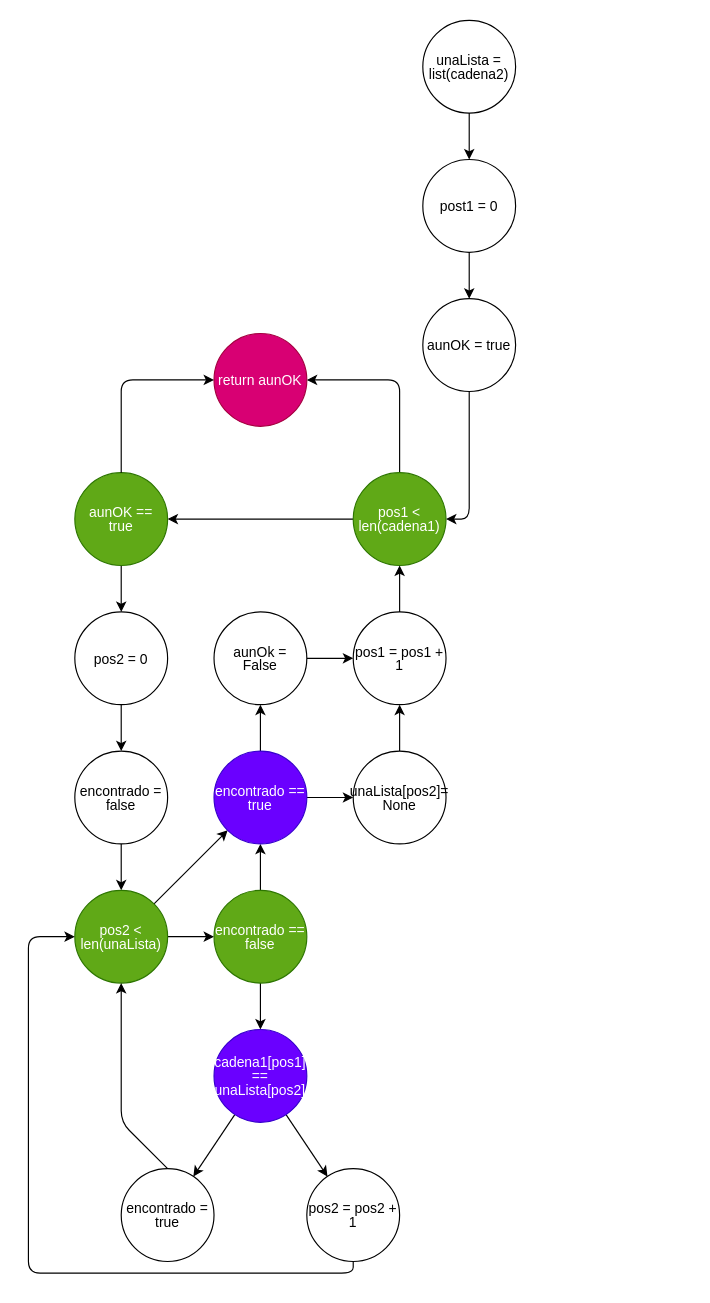
cdtello/SoftwareTesting keeps this draw.io diagram as CajaBlanca/1-grafo.drawio. Above is the earlier version. Source tidied: cells renumbered, new cells numbered last; positions are measured from the earlier drawing's top-left corner, leaving out a move shared by most shapes. Both pictures are drawn from the tidied source at 116%, with x=0, y=0 at pixel (28, 20).
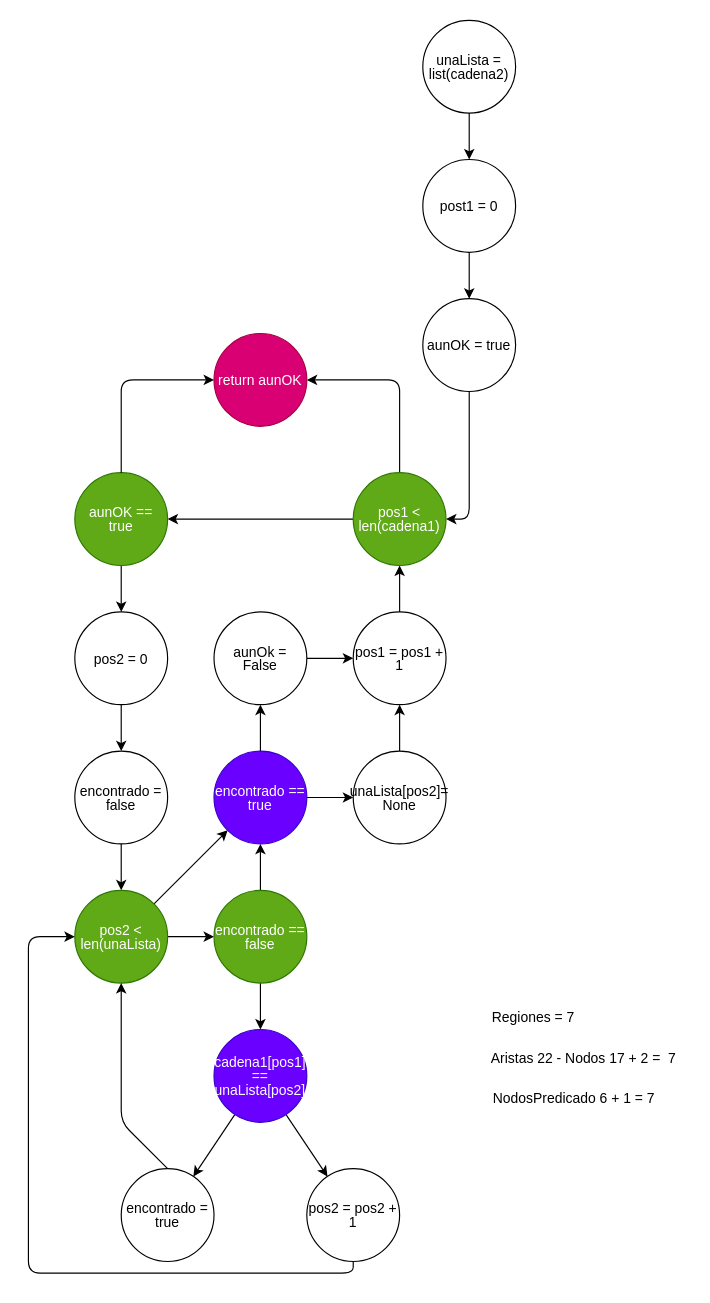
After the change.

Change to the diagram source:
```diff
@@
+    <mxCell id="41" value="Regiones = 7" style="text;html=1;align=center;verticalAlign=middle;strokeColor=none;fillColor=none;" parent="1" vertex="1">
+      <mxGeometry x="390" y="850" width="90" height="20" as="geometry" />
+    </mxCell>
+    <mxCell id="42" value="Aristas 22 - Nodos 17 + 2 =&amp;nbsp; 7&amp;nbsp;" style="text;html=1;align=center;verticalAlign=middle;strokeColor=none;fillColor=none;" parent="1" vertex="1">
+      <mxGeometry x="390" y="885" width="180" height="20" as="geometry" />
+    </mxCell>
+    <mxCell id="43" value="NodosPredicado 6 + 1 = 7" style="text;html=1;align=center;verticalAlign=middle;strokeColor=none;fillColor=none;" parent="1" vertex="1">
+      <mxGeometry x="390" y="920" width="160" height="20" as="geometry" />
+    </mxCell>
```
